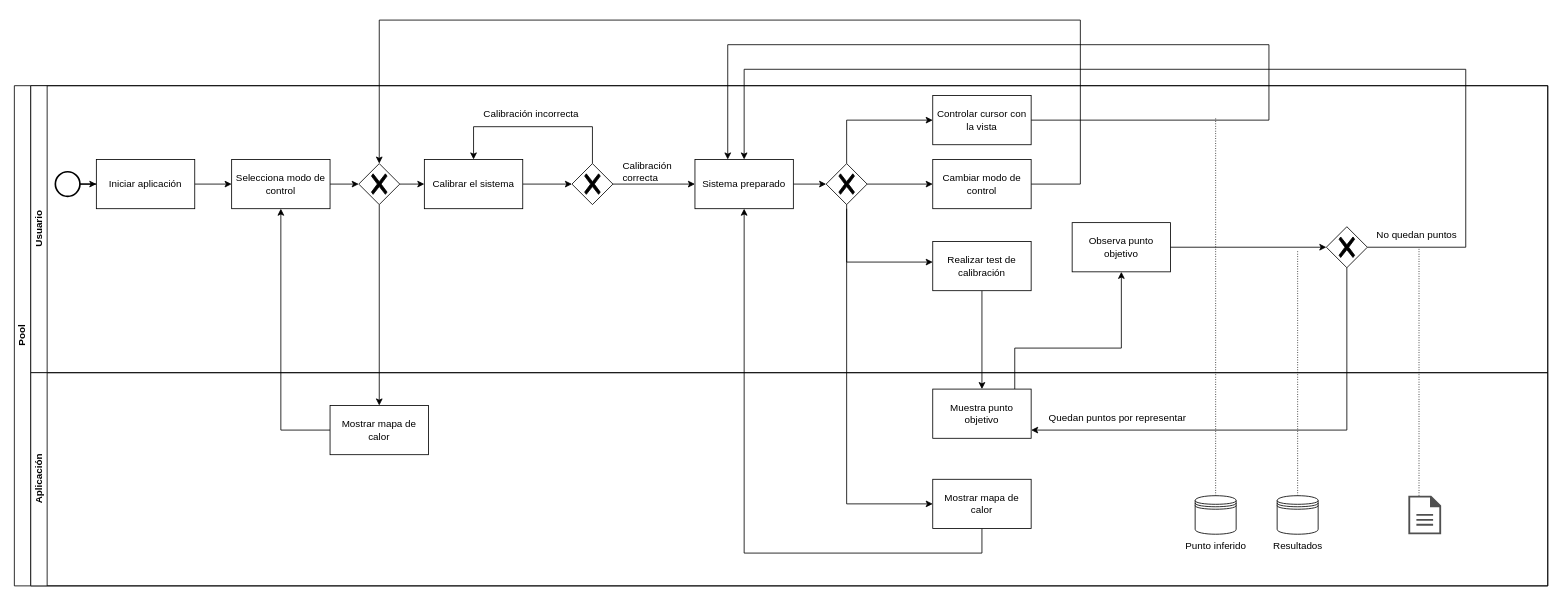
sergiosant02/TFG-pupil-detection keeps this draw.io diagram as use_cases/BPMN_application.drawio. Above is the earlier version. Source tidied: cells renumbered, new cells numbered last; positions are measured from the earlier drawing's top-left corner, leaving out a move shared by most shapes. Both pictures are drawn from the tidied source at 82%, with x=0, y=0 at pixel (14, 20).
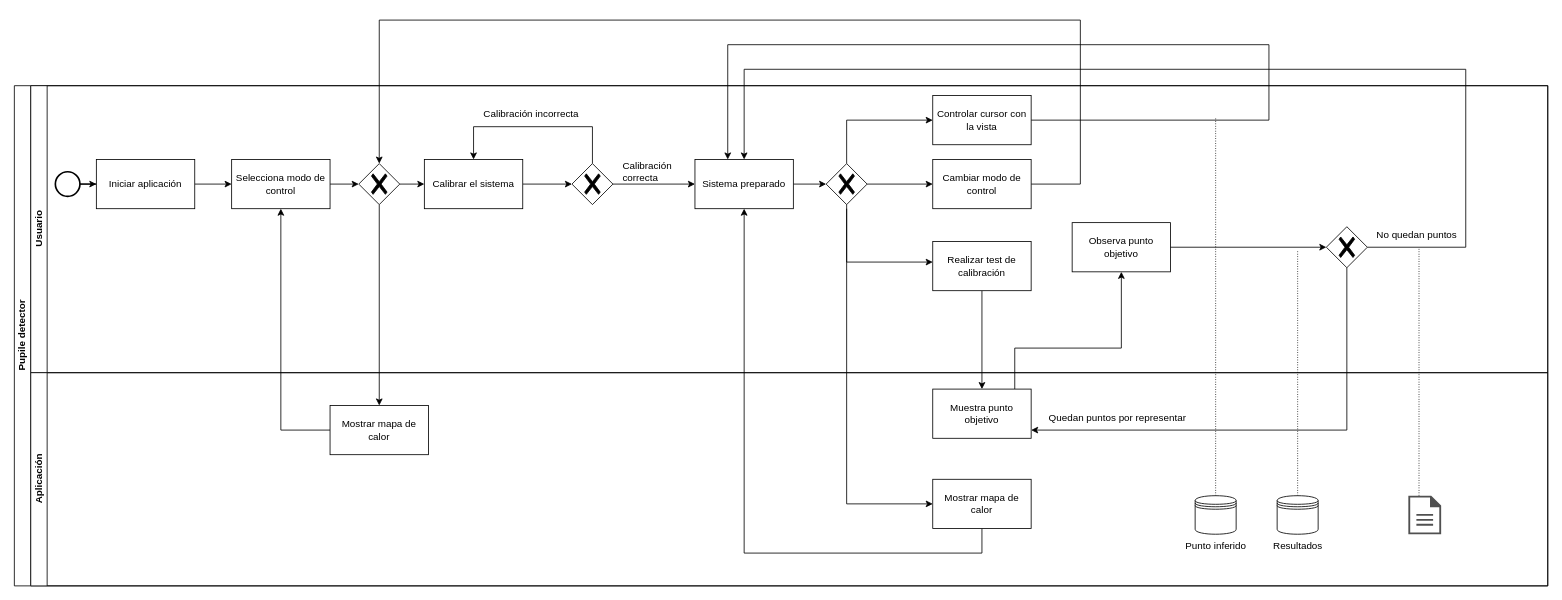
Above is the later version.

Diff of the diagram source:
```diff
@@
-    <mxCell id="2" value="Pool" style="swimlane;horizontal=0;startSize=20;html=1;" parent="1" vertex="1">
+    <mxCell id="2" value="Pupile detector" style="swimlane;horizontal=0;startSize=20;html=1;" parent="1" vertex="1">
       <mxGeometry y="80" width="1870" height="610" as="geometry" />
     </mxCell>
```
